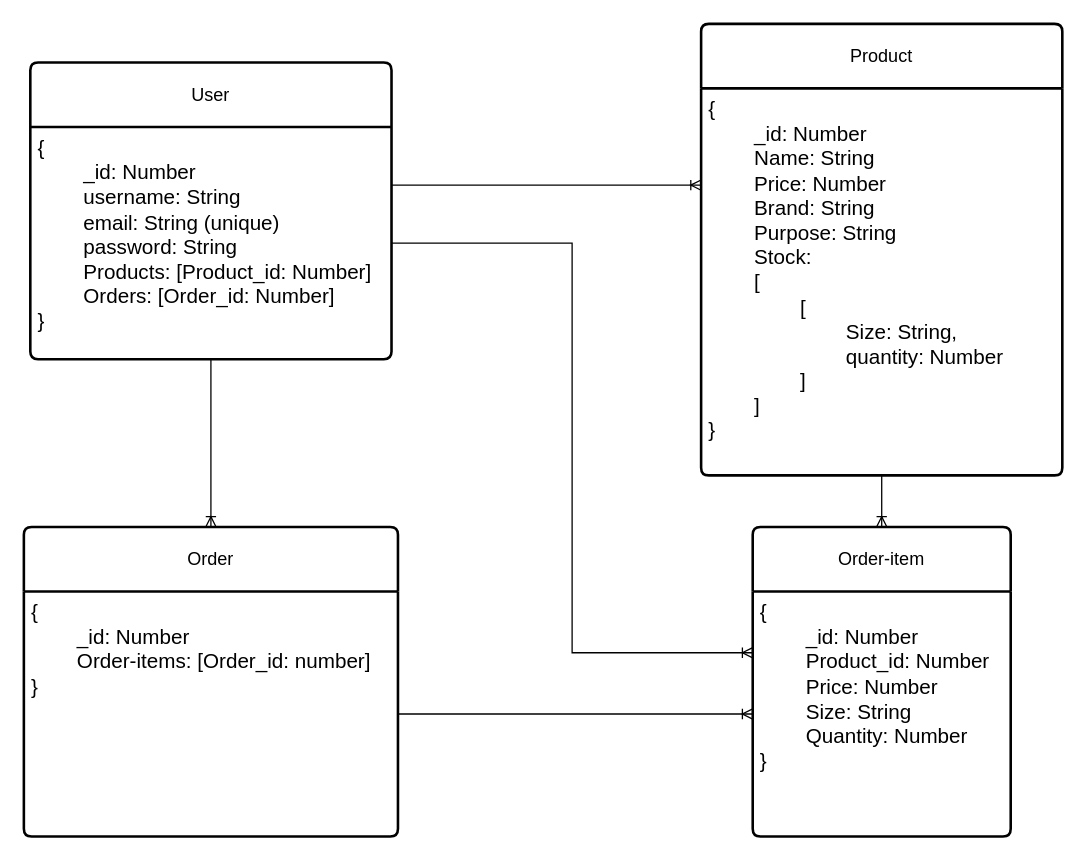
The draw.io diagram zapatolibre.drawio in EmiLoKiJu/ZapatoLibre-Back-End, before the edit. Source tidied: cells renumbered, new cells numbered last; positions are measured from the earlier drawing's top-left corner, leaving out a move shared by most shapes. Both pictures are drawn from the tidied source at 129%, with x=0, y=0 at pixel (23, 23).
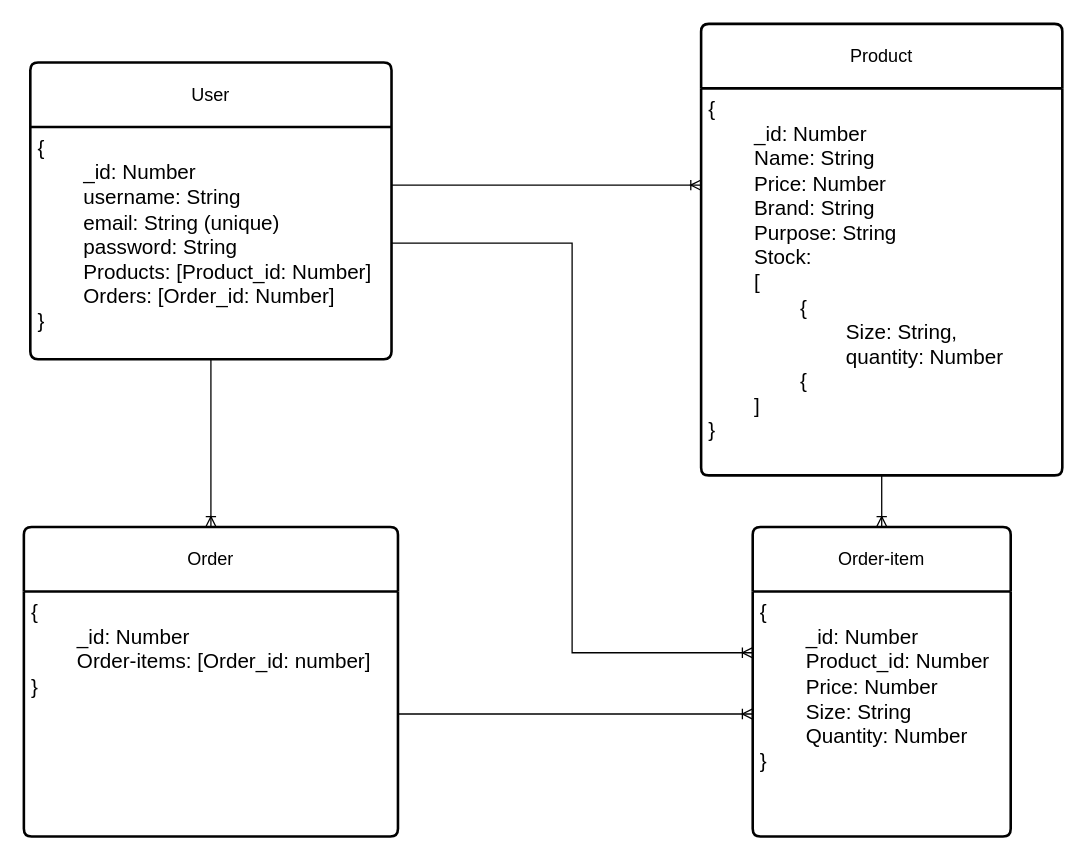
The same diagram, later.

Commit message (it also covers changes not shown here):
Update diagram, Update models

Change to the diagram source:
```diff
@@
 <mxGraphModel>
   <root>
     <mxCell id="0" />
     <mxCell id="1" parent="0" />
     <mxCell id="2" value="User" style="swimlane;horizontal=1;startSize=50;rounded=1;fontSize=14;fontStyle=0;strokeWidth=2;shadow=0;dashed=0;align=center;arcSize=4;whiteSpace=wrap;html=1;" parent="1" vertex="1">
       <mxGeometry x="5" y="30" width="280" height="230" as="geometry" />
     </mxCell>
     <mxCell id="3" value="&lt;div style=&quot;font-size: 16px;&quot;&gt;&lt;span style=&quot;background-color: initial;&quot;&gt;&lt;font style=&quot;font-size: 16px;&quot;&gt;{&lt;/font&gt;&lt;/span&gt;&lt;/div&gt;&lt;div style=&quot;font-size: 16px;&quot;&gt;&lt;span style=&quot;background-color: initial;&quot;&gt;&lt;font style=&quot;font-size: 16px;&quot;&gt;&lt;span style=&quot;white-space: pre;&quot;&gt;&#9;&lt;/span&gt;_id: Number&lt;/font&gt;&lt;/span&gt;&lt;/div&gt;&lt;div style=&quot;font-size: 16px;&quot;&gt;&lt;span style=&quot;background-color: initial;&quot;&gt;&lt;font style=&quot;font-size: 16px;&quot;&gt;&lt;span style=&quot;white-space: pre;&quot;&gt;&#9;&lt;/span&gt;username: String&lt;br&gt;&lt;/font&gt;&lt;/span&gt;&lt;/div&gt;&lt;div style=&quot;font-size: 16px;&quot;&gt;&lt;span style=&quot;background-color: initial;&quot;&gt;&lt;font style=&quot;font-size: 16px;&quot;&gt;&lt;span style=&quot;white-space: pre;&quot;&gt;&#9;&lt;/span&gt;email: String (unique)&lt;br&gt;&lt;/font&gt;&lt;/span&gt;&lt;/div&gt;&lt;div style=&quot;font-size: 16px;&quot;&gt;&lt;/div&gt;&lt;div style=&quot;font-size: 16px;&quot;&gt;&lt;span style=&quot;background-color: initial;&quot;&gt;&lt;font style=&quot;font-size: 16px;&quot;&gt;&lt;span style=&quot;white-space: pre;&quot;&gt;&#9;&lt;/span&gt;password: String&lt;/font&gt;&lt;/span&gt;&lt;/div&gt;&lt;div style=&quot;font-size: 16px;&quot;&gt;&lt;span style=&quot;background-color: initial;&quot;&gt;&lt;font style=&quot;font-size: 16px;&quot;&gt;&lt;span style=&quot;white-space: pre;&quot;&gt;&#9;&lt;/span&gt;Products: [Product_id: Number]&lt;br&gt;&lt;/font&gt;&lt;/span&gt;&lt;/div&gt;&lt;div style=&quot;font-size: 16px;&quot;&gt;&lt;span style=&quot;background-color: initial;&quot;&gt;&lt;font style=&quot;font-size: 16px;&quot;&gt;&lt;span style=&quot;white-space: pre;&quot;&gt;&#9;&lt;/span&gt;Orders: [Order_id: Number]&lt;br&gt;&lt;/font&gt;&lt;/span&gt;&lt;/div&gt;&lt;div style=&quot;font-size: 16px;&quot;&gt;&lt;span style=&quot;background-color: initial;&quot;&gt;&lt;font style=&quot;font-size: 16px;&quot;&gt;}&lt;/font&gt;&lt;/span&gt;&lt;/div&gt;&lt;div style=&quot;font-size: 16px;&quot;&gt;&lt;br&gt;&lt;/div&gt;" style="align=left;strokeColor=none;fillColor=none;spacingLeft=4;fontSize=12;verticalAlign=top;html=1;" parent="2" vertex="1">
       <mxGeometry y="50" width="280" height="180" as="geometry" />
     </mxCell>
     <mxCell id="4" value="Product" style="swimlane;horizontal=1;startSize=50;rounded=1;fontSize=14;fontStyle=0;strokeWidth=2;shadow=0;dashed=0;align=center;arcSize=4;whiteSpace=wrap;html=1;" parent="1" vertex="1">
       <mxGeometry x="525" width="280" height="350" as="geometry" />
     </mxCell>
-    <mxCell id="5" value="&lt;font style=&quot;font-size: 16px;&quot;&gt;{&lt;br&gt;&lt;span style=&quot;white-space: pre;&quot;&gt;&#9;&lt;/span&gt;_id: Number&lt;br&gt;&lt;span style=&quot;white-space: pre;&quot;&gt;&#9;&lt;/span&gt;Name: String&lt;br&gt;&lt;span style=&quot;white-space: pre;&quot;&gt;&#9;&lt;/span&gt;Price: Number&lt;br&gt;&lt;span style=&quot;white-space: pre;&quot;&gt;&#9;&lt;/span&gt;Brand: String&lt;br&gt;&lt;span style=&quot;white-space: pre;&quot;&gt;&#9;&lt;/span&gt;Purpose: String&lt;br&gt;&lt;span style=&quot;white-space: pre;&quot;&gt;&#9;&lt;/span&gt;Stock: &lt;span style=&quot;white-space: pre;&quot;&gt;&#9;&lt;/span&gt;&lt;br&gt;&lt;span style=&quot;white-space: pre;&quot;&gt;&#9;&lt;/span&gt;[&lt;br&gt;&lt;span style=&quot;white-space: pre;&quot;&gt;&#9;&lt;/span&gt;&lt;span style=&quot;white-space: pre;&quot;&gt;&#9;&lt;/span&gt;[ &lt;br&gt;&lt;span style=&quot;white-space: pre;&quot;&gt;&#9;&lt;/span&gt;&lt;span style=&quot;white-space: pre;&quot;&gt;&#9;&lt;/span&gt;&lt;span style=&quot;white-space: pre;&quot;&gt;&#9;&lt;/span&gt;Size: String, &lt;br&gt;&lt;span style=&quot;white-space: pre;&quot;&gt;&#9;&lt;/span&gt;&lt;span style=&quot;white-space: pre;&quot;&gt;&#9;&lt;span style=&quot;white-space: pre;&quot;&gt;&#9;&lt;/span&gt;&lt;/span&gt;quantity: Number&lt;br&gt;&lt;span style=&quot;white-space: pre;&quot;&gt;&#9;&lt;/span&gt;&lt;span style=&quot;white-space: pre;&quot;&gt;&#9;&lt;/span&gt;]&lt;br&gt;&lt;span style=&quot;white-space: pre;&quot;&gt;&#9;&lt;/span&gt;]&lt;br&gt;}&lt;br&gt;&lt;span style=&quot;white-space: pre;&quot;&gt;&#9;&lt;/span&gt;&lt;br&gt;&lt;/font&gt;" style="align=left;strokeColor=none;fillColor=none;spacingLeft=4;fontSize=12;verticalAlign=top;html=1;" parent="4" vertex="1">
+    <mxCell id="5" value="&lt;font style=&quot;font-size: 16px;&quot;&gt;{&lt;br&gt;&lt;span style=&quot;white-space: pre;&quot;&gt;&#9;&lt;/span&gt;_id: Number&lt;br&gt;&lt;span style=&quot;white-space: pre;&quot;&gt;&#9;&lt;/span&gt;Name: String&lt;br&gt;&lt;span style=&quot;white-space: pre;&quot;&gt;&#9;&lt;/span&gt;Price: Number&lt;br&gt;&lt;span style=&quot;white-space: pre;&quot;&gt;&#9;&lt;/span&gt;Brand: String&lt;br&gt;&lt;span style=&quot;white-space: pre;&quot;&gt;&#9;&lt;/span&gt;Purpose: String&lt;br&gt;&lt;span style=&quot;white-space: pre;&quot;&gt;&#9;&lt;/span&gt;Stock: &lt;span style=&quot;white-space: pre;&quot;&gt;&#9;&lt;/span&gt;&lt;br&gt;&lt;span style=&quot;white-space: pre;&quot;&gt;&#9;&lt;/span&gt;[&lt;br&gt;&lt;span style=&quot;white-space: pre;&quot;&gt;&#9;&lt;/span&gt;&lt;span style=&quot;white-space: pre;&quot;&gt;&#9;&lt;/span&gt;{&lt;br&gt;&lt;span style=&quot;white-space: pre;&quot;&gt;&#9;&lt;/span&gt;&lt;span style=&quot;white-space: pre;&quot;&gt;&#9;&lt;/span&gt;&lt;span style=&quot;white-space: pre;&quot;&gt;&#9;&lt;/span&gt;Size: String, &lt;br&gt;&lt;span style=&quot;white-space: pre;&quot;&gt;&#9;&lt;/span&gt;&lt;span style=&quot;white-space: pre;&quot;&gt;&#9;&lt;span style=&quot;white-space: pre;&quot;&gt;&#9;&lt;/span&gt;&lt;/span&gt;quantity: Number&lt;br&gt;&lt;span style=&quot;white-space: pre;&quot;&gt;&#9;&lt;/span&gt;&lt;span style=&quot;white-space: pre;&quot;&gt;&#9;&lt;/span&gt;{&lt;br&gt;&lt;span style=&quot;white-space: pre;&quot;&gt;&#9;&lt;/span&gt;]&lt;br&gt;}&lt;br&gt;&lt;span style=&quot;white-space: pre;&quot;&gt;&#9;&lt;/span&gt;&lt;br&gt;&lt;/font&gt;" style="align=left;strokeColor=none;fillColor=none;spacingLeft=4;fontSize=12;verticalAlign=top;html=1;" parent="4" vertex="1">
       <mxGeometry y="50" width="280" height="300" as="geometry" />
     </mxCell>
     <mxCell id="6" style="edgeStyle=orthogonalEdgeStyle;rounded=0;jettySize=auto;html=1;exitX=1;exitY=0.25;exitDx=0;exitDy=0;entryX=0;entryY=0.25;entryDx=0;entryDy=0;endArrow=ERoneToMany;endFill=0;" parent="1" edge="1" source="3" target="5">
       <mxGeometry relative="1" as="geometry" />
     </mxCell>
     <mxCell id="7" value="Order-item" style="swimlane;horizontal=1;startSize=50;rounded=1;fontSize=14;fontStyle=0;strokeWidth=2;shadow=0;dashed=0;align=center;arcSize=4;whiteSpace=wrap;html=1;" parent="1" vertex="1">
       <mxGeometry x="565" y="390" width="200" height="240" as="geometry" />
     </mxCell>
     <mxCell id="8" value="&lt;font style=&quot;font-size: 16px;&quot;&gt;{&lt;br&gt;&lt;span style=&quot;white-space: pre;&quot;&gt;&#9;&lt;/span&gt;_id: Number&lt;br&gt;&lt;span style=&quot;white-space: pre;&quot;&gt;&#9;&lt;/span&gt;Product_id: Number&lt;br&gt;&lt;span style=&quot;white-space: pre;&quot;&gt;&#9;&lt;/span&gt;Price: Number&lt;br&gt;&lt;span style=&quot;white-space: pre;&quot;&gt;&#9;&lt;/span&gt;Size: String&lt;br&gt;&lt;span style=&quot;white-space: pre;&quot;&gt;&#9;&lt;/span&gt;Quantity: Number&lt;br&gt;}&lt;br&gt;&lt;span style=&quot;white-space: pre;&quot;&gt;&#9;&lt;/span&gt;&lt;br&gt;&lt;/font&gt;" style="align=left;strokeColor=none;fillColor=none;spacingLeft=4;fontSize=12;verticalAlign=top;html=1;" parent="7" vertex="1">
       <mxGeometry y="50" width="200" height="190" as="geometry" />
     </mxCell>
     <mxCell id="9" style="edgeStyle=orthogonalEdgeStyle;rounded=0;jettySize=auto;html=1;exitX=1;exitY=0.5;exitDx=0;exitDy=0;entryX=0;entryY=0.25;entryDx=0;entryDy=0;endArrow=ERoneToMany;endFill=0;" parent="1" edge="1" source="3" target="8">
       <mxGeometry relative="1" as="geometry" />
     </mxCell>
     <mxCell id="10" style="edgeStyle=orthogonalEdgeStyle;rounded=0;jettySize=auto;html=1;exitX=0.5;exitY=1;exitDx=0;exitDy=0;entryX=0.5;entryY=0;entryDx=0;entryDy=0;endArrow=ERoneToMany;endFill=0;startArrow=none;startFill=0;" parent="1" edge="1" source="5" target="7">
       <mxGeometry relative="1" as="geometry" />
     </mxCell>
     <mxCell id="11" value="Order" style="swimlane;horizontal=1;startSize=50;rounded=1;fontSize=14;fontStyle=0;strokeWidth=2;shadow=0;dashed=0;align=center;arcSize=4;whiteSpace=wrap;html=1;" parent="1" vertex="1">
       <mxGeometry y="390" width="290" height="240" as="geometry" />
     </mxCell>
     <mxCell id="12" value="&lt;font style=&quot;font-size: 16px;&quot;&gt;{&lt;br&gt;&lt;span style=&quot;white-space: pre;&quot;&gt;&#9;&lt;/span&gt;_id: Number&lt;br&gt;&lt;span style=&quot;white-space: pre;&quot;&gt;&#9;&lt;/span&gt;Order-items: [Order_id: number]&lt;br&gt;}&lt;br&gt;&lt;span style=&quot;white-space: pre;&quot;&gt;&#9;&lt;/span&gt;&lt;br&gt;&lt;/font&gt;" style="align=left;strokeColor=none;fillColor=none;spacingLeft=4;fontSize=12;verticalAlign=top;html=1;" parent="11" vertex="1">
       <mxGeometry y="50" width="290" height="190" as="geometry" />
     </mxCell>
     <mxCell id="13" style="edgeStyle=orthogonalEdgeStyle;rounded=0;jettySize=auto;html=1;exitX=1;exitY=0.5;exitDx=0;exitDy=0;entryX=0;entryY=0.5;entryDx=0;entryDy=0;endArrow=ERoneToMany;endFill=0;" parent="1" edge="1" source="12" target="8">
       <mxGeometry relative="1" as="geometry" />
     </mxCell>
     <mxCell id="14" style="edgeStyle=orthogonalEdgeStyle;rounded=0;jettySize=auto;html=1;exitX=0.5;exitY=1;exitDx=0;exitDy=0;entryX=0.5;entryY=0;entryDx=0;entryDy=0;endArrow=ERoneToMany;endFill=0;" parent="1" edge="1" source="3" target="11">
       <mxGeometry relative="1" as="geometry" />
     </mxCell>
   </root>
 </mxGraphModel>
```
